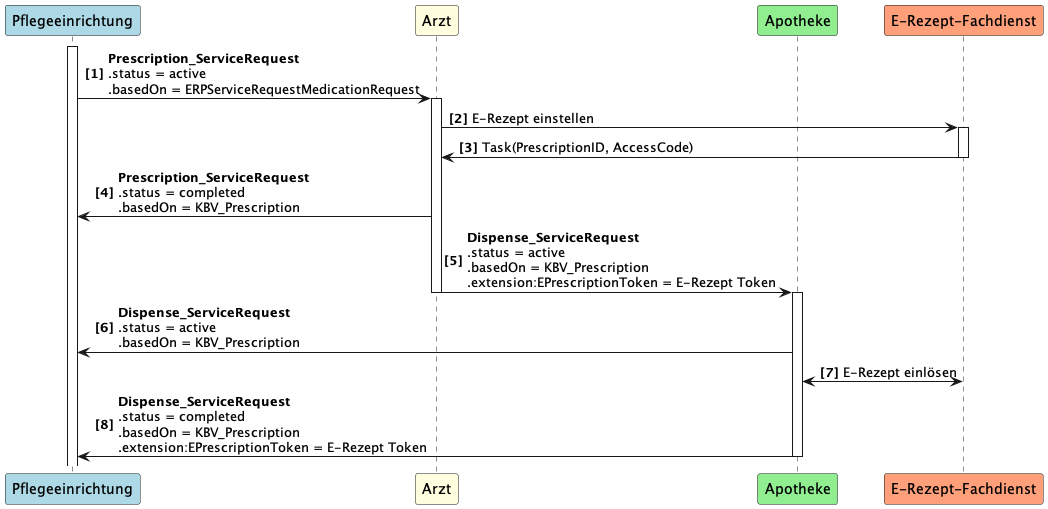
Above: guides/ig-rezeptanforderung/images/puml_images/UC2.png in gematik/spec-E-Rezept-ServiceRequest (PlantUML), before the change.
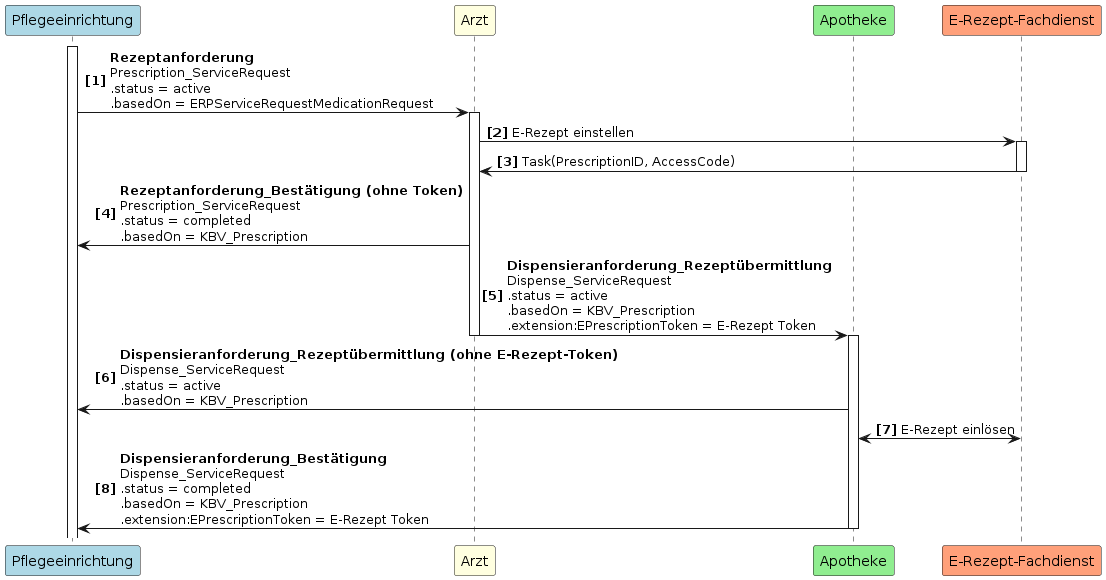
Later version of the same file.

Commit message:
Edit UC2 puml to match document description

Change to the diagram source:
```diff
@@ -6,12 +6,12 @@
 participant "E-Rezept-Fachdienst" as FD #LightSalmon
 
 activate PE
-PE -> A++: <b>Prescription_ServiceRequest \n.status = active \n.basedOn = ERPServiceRequestMedicationRequest
+PE -> A++: <b>Rezeptanforderung\nPrescription_ServiceRequest \n.status = active \n.basedOn = ERPServiceRequestMedicationRequest
 A -> FD++: E-Rezept einstellen
 FD -> A--: Task(PrescriptionID, AccessCode)
-A -> PE: <b>Prescription_ServiceRequest \n.status = completed \n.basedOn = KBV_Prescription
-A -> AP--++: <b>Dispense_ServiceRequest \n.status = active \n.basedOn = KBV_Prescription \n.extension:EPrescriptionToken = E-Rezept Token
-AP -> PE: <b>Dispense_ServiceRequest \n.status = active \n.basedOn = KBV_Prescription
+A -> PE: <b>Rezeptanforderung_Bestätigung (ohne Token)\nPrescription_ServiceRequest \n.status = completed \n.basedOn = KBV_Prescription
+A -> AP--++: <b>Dispensieranforderung_Rezeptübermittlung\nDispense_ServiceRequest \n.status = active \n.basedOn = KBV_Prescription \n.extension:EPrescriptionToken = E-Rezept Token
+AP -> PE: <b>Dispensieranforderung_Rezeptübermittlung (ohne E-Rezept-Token)\nDispense_ServiceRequest \n.status = active \n.basedOn = KBV_Prescription
 AP <-> FD: E-Rezept einlösen
-AP -> PE--: <b>Dispense_ServiceRequest \n.status = completed \n.basedOn = KBV_Prescription \n.extension:EPrescriptionToken = E-Rezept Token
+AP -> PE--: <b>Dispensieranforderung_Bestätigung\nDispense_ServiceRequest \n.status = completed \n.basedOn = KBV_Prescription \n.extension:EPrescriptionToken = E-Rezept Token
 @enduml
```
